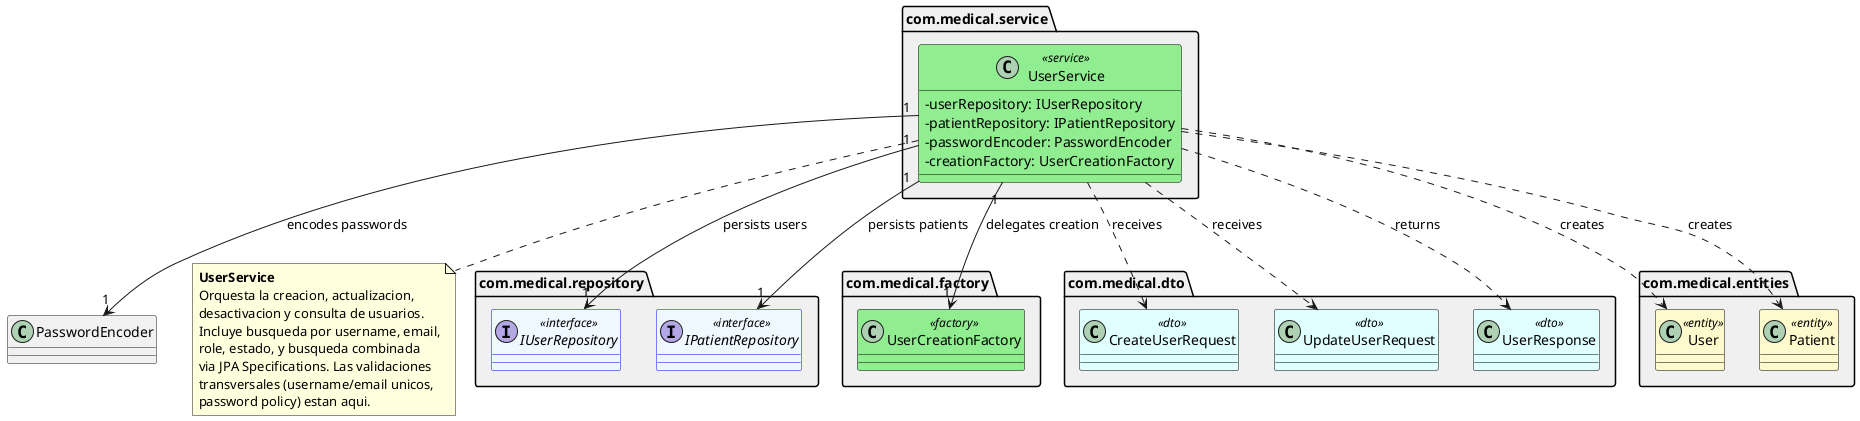
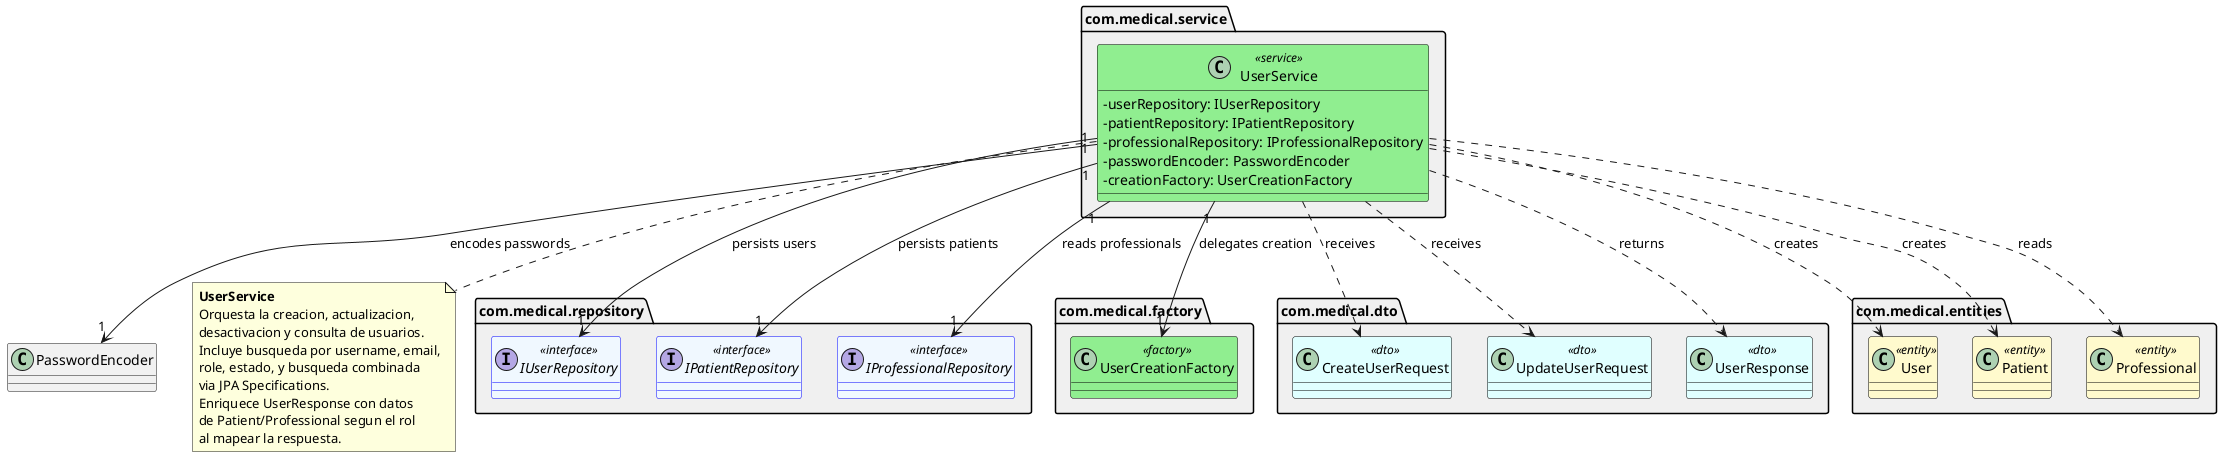
@startuml ServiceRelations
' ====================================================================
' Diagrama de clases - UserService
' Refleja EXACTAMENTE com.medical.service.
' ====================================================================

skinparam classAttributeIconSize 0
skinparam defaultFontName SansSerif

package "com.medical.service" as servicePkg #F0F0F0 {

  class UserService <<service>> #90EE90;line:Black {
    {field} -userRepository: IUserRepository
    {field} -patientRepository: IPatientRepository
+     {field} -professionalRepository: IProfessionalRepository
    {field} -passwordEncoder: PasswordEncoder
    {field} -creationFactory: UserCreationFactory
  }

}

package "com.medical.repository" as repoPkg #F0F0F0 {
  interface IUserRepository <<interface>> #F0F8FF;line:blue
  interface IPatientRepository <<interface>> #F0F8FF;line:blue
+   interface IProfessionalRepository <<interface>> #F0F8FF;line:blue
}

package "com.medical.factory" as factoryPkg #F0F0F0 {
  class UserCreationFactory <<factory>> #90EE90;line:Black
}

package "com.medical.dto" as dtoPkg #F0F0F0 {
  class CreateUserRequest <<dto>> #E0FFFF;line:Black
  class UpdateUserRequest <<dto>> #E0FFFF;line:Black
  class UserResponse <<dto>> #E0FFFF;line:Black
}

package "com.medical.entities" as entityPkg #F0F0F0 {
  class User <<entity>> #FFFACD;line:Black
  class Patient <<entity>> #FFFACD;line:Black
+   class Professional <<entity>> #FFFACD;line:Black
}

' === DEPENDENCIES ===
UserService "1" --> "1" IUserRepository : "persists users"
UserService "1" --> "1" IPatientRepository : "persists patients"
+ UserService "1" --> "1" IProfessionalRepository : "reads professionals"
UserService "1" --> "1" UserCreationFactory : "delegates creation"
UserService "1" --> "1" PasswordEncoder : "encodes passwords"

UserService ..> CreateUserRequest : "receives"
UserService ..> UpdateUserRequest : "receives"
UserService ..> UserResponse : "returns"

UserService ..> User : "creates"
UserService ..> Patient : "creates"
+ UserService ..> Professional : "reads"

note bottom of UserService
  **UserService**
  Orquesta la creacion, actualizacion,
  desactivacion y consulta de usuarios.
  Incluye busqueda por username, email,
  role, estado, y busqueda combinada
-   via JPA Specifications. Las validaciones
-   transversales (username/email unicos,
-   password policy) estan aqui.
+   via JPA Specifications.
+   Enriquece UserResponse con datos
+   de Patient/Professional segun el rol
+   al mapear la respuesta.
end note

@enduml
